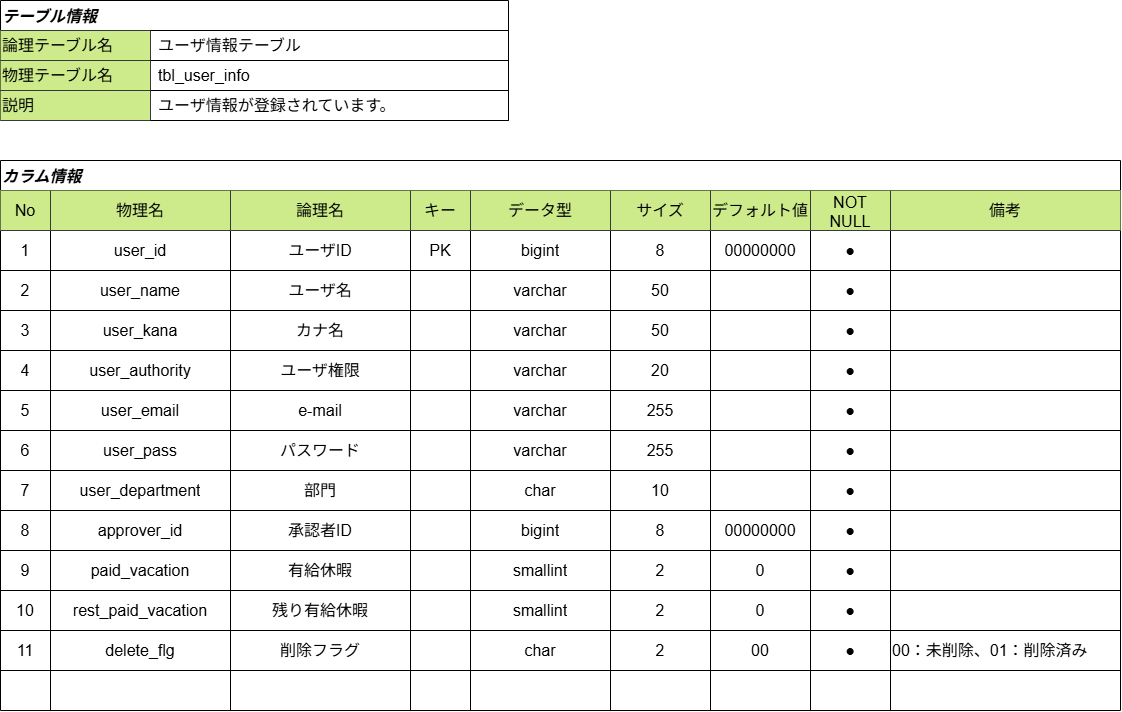
Above: docs/database/tbl_user_info.png in youkobaske/agentSupport-attendanceSystem (draw.io), before the change. Source tidied: cells renumbered, new cells last; positions are measured from the earlier drawing's top-left corner, leaving out a move shared by most shapes.
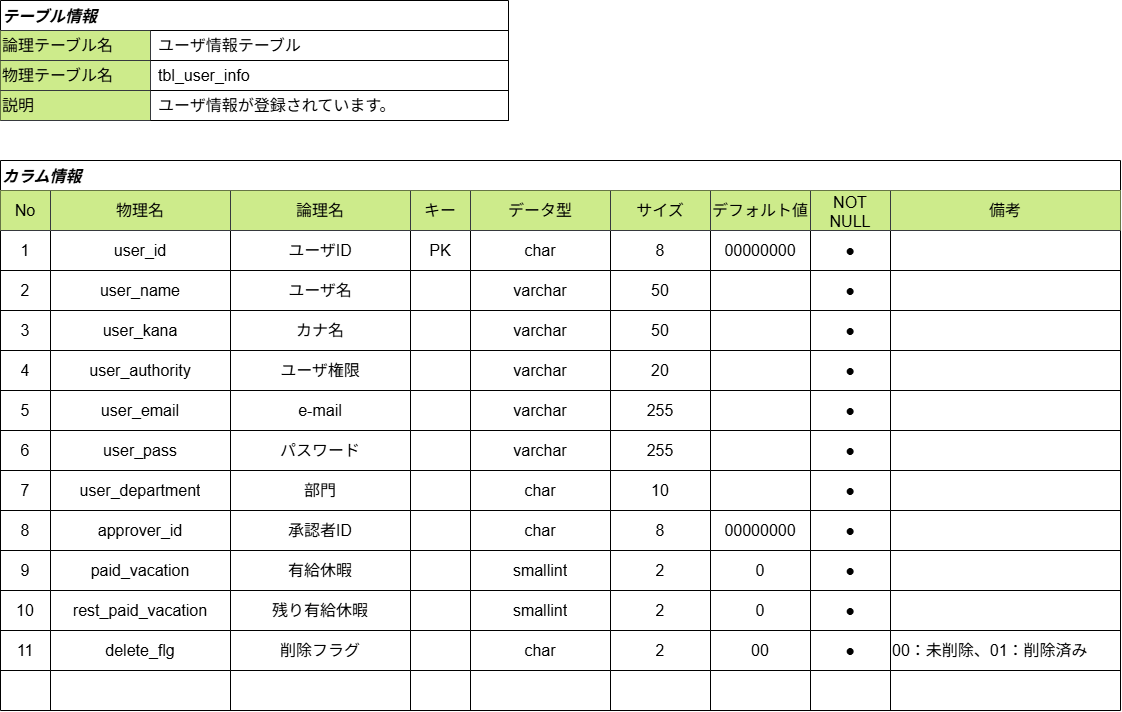
The same file after the commit.

Commit message:
データ型を修正

ユーザIDと承認者IDのデータ型をbigitからchar型に変更

Change to the diagram source:
```diff
@@ -80,7 +80,7 @@
     <mxCell id="27" value="PK" style="shape=partialRectangle;html=1;whiteSpace=wrap;strokeColor=inherit;overflow=hidden;fillColor=none;top=0;left=0;bottom=0;right=0;fontSize=16;" parent="23" vertex="1">
       <mxGeometry x="410" width="60" height="40" as="geometry" />
     </mxCell>
-    <mxCell id="28" value="bigint" style="shape=partialRectangle;html=1;whiteSpace=wrap;strokeColor=inherit;overflow=hidden;fillColor=none;top=0;left=0;bottom=0;right=0;fontSize=16;" parent="23" vertex="1">
+    <mxCell id="28" value="char" style="shape=partialRectangle;html=1;whiteSpace=wrap;strokeColor=inherit;overflow=hidden;fillColor=none;top=0;left=0;bottom=0;right=0;fontSize=16;" parent="23" vertex="1">
       <mxGeometry x="470" width="140" height="40" as="geometry" />
     </mxCell>
     <mxCell id="29" value="8" style="shape=partialRectangle;html=1;whiteSpace=wrap;strokeColor=inherit;overflow=hidden;fillColor=none;top=0;left=0;bottom=0;right=0;fontSize=16;" parent="23" vertex="1">
@@ -290,7 +290,7 @@
     <mxCell id="97" style="shape=partialRectangle;html=1;whiteSpace=wrap;strokeColor=inherit;overflow=hidden;fillColor=none;top=0;left=0;bottom=0;right=0;fontSize=16;" parent="93" vertex="1">
       <mxGeometry x="410" width="60" height="40" as="geometry" />
     </mxCell>
-    <mxCell id="98" value="bigint" style="shape=partialRectangle;html=1;whiteSpace=wrap;strokeColor=inherit;overflow=hidden;fillColor=none;top=0;left=0;bottom=0;right=0;fontSize=16;" parent="93" vertex="1">
+    <mxCell id="98" value="char" style="shape=partialRectangle;html=1;whiteSpace=wrap;strokeColor=inherit;overflow=hidden;fillColor=none;top=0;left=0;bottom=0;right=0;fontSize=16;" parent="93" vertex="1">
       <mxGeometry x="470" width="140" height="40" as="geometry" />
     </mxCell>
     <mxCell id="99" value="8" style="shape=partialRectangle;html=1;whiteSpace=wrap;strokeColor=inherit;overflow=hidden;fillColor=none;top=0;left=0;bottom=0;right=0;fontSize=16;" parent="93" vertex="1">
```
